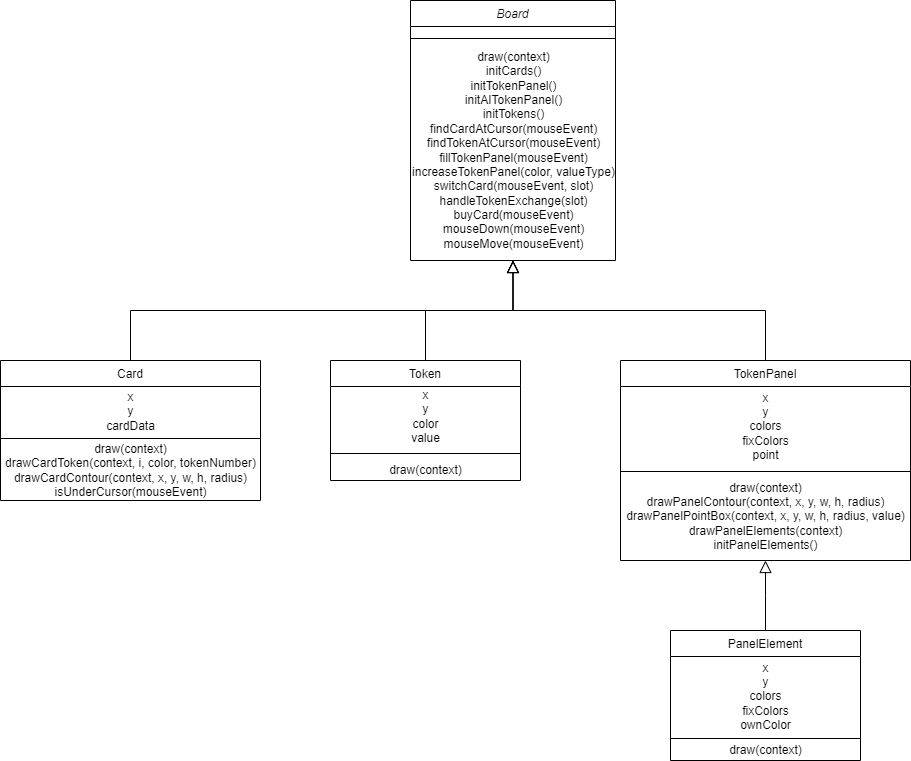
The draw.io diagram docs/Spelndor_UML.png in KollarMaTT/Szakdolgozat, before a commit. Source tidied: cells renumbered, new cells last; positions are measured from the earlier drawing's top-left corner, leaving out a move shared by most shapes.
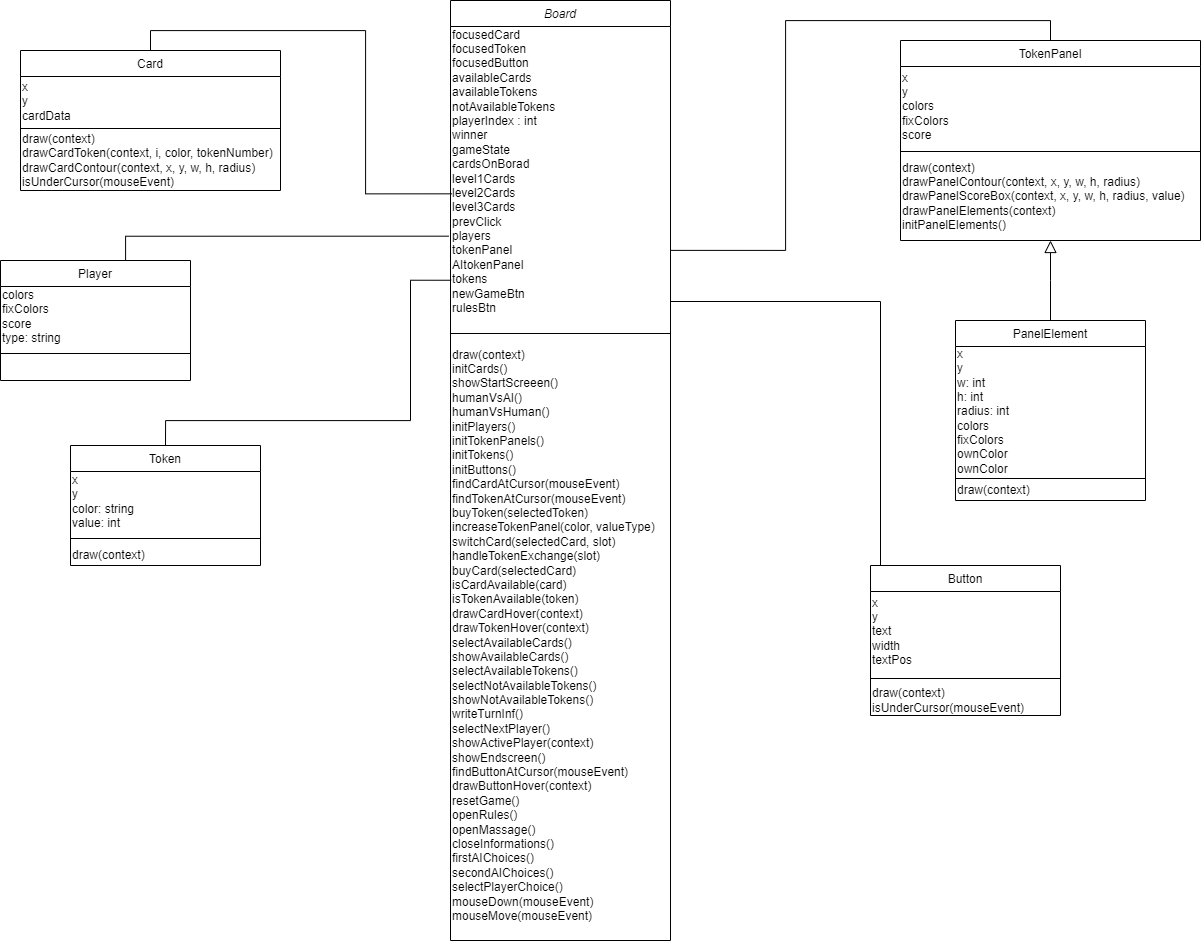
The same diagram one commit later.

Diff of the diagram source:
```diff
@@ -3,73 +3,120 @@
     <mxCell id="0" />
     <mxCell id="1" parent="0" />
     <mxCell id="2" value="Board" style="swimlane;fontStyle=2;align=center;verticalAlign=top;horizontal=1;startSize=26;rounded=0;shadow=0;strokeWidth=1;" parent="1" vertex="1">
-      <mxGeometry x="410" width="205" height="260" as="geometry" />
+      <mxGeometry x="960" y="140" width="220" height="940" as="geometry" />
     </mxCell>
+    <mxCell id="25" value="&lt;span style=&quot;background-color: rgb(255 , 255 , 255)&quot;&gt;focusedCard&lt;/span&gt;&lt;br&gt;&lt;span style=&quot;background-color: rgb(255 , 255 , 255)&quot;&gt;focusedToken&lt;br&gt;&lt;/span&gt;focusedButton&lt;br&gt;&lt;span style=&quot;background-color: rgb(255 , 255 , 255)&quot;&gt;availableCards&lt;/span&gt;&lt;br&gt;&lt;span style=&quot;background-color: rgb(255 , 255 , 255)&quot;&gt;availableTokens&lt;/span&gt;&lt;br&gt;&lt;span style=&quot;background-color: rgb(255 , 255 , 255)&quot;&gt;notAvailableTokens&lt;/span&gt;&lt;br&gt;&lt;span style=&quot;background-color: rgb(255 , 255 , 255)&quot;&gt;playerIndex : int&lt;/span&gt;&lt;br&gt;&lt;span style=&quot;background-color: rgb(255 , 255 , 255)&quot;&gt;winner&lt;/span&gt;&lt;br&gt;&lt;div&gt;gameState&lt;/div&gt;&lt;div&gt;cardsOnBorad&lt;/div&gt;&lt;div&gt;level1Cards&lt;/div&gt;&lt;div&gt;level2Cards&lt;/div&gt;&lt;div&gt;level3Cards&lt;br&gt;&lt;/div&gt;&lt;div&gt;prevClick&lt;br&gt;&lt;/div&gt;&lt;div&gt;players&lt;br&gt;&lt;/div&gt;&lt;div&gt;tokenPanel&lt;br&gt;&lt;/div&gt;&lt;div&gt;AItokenPanel&lt;/div&gt;&lt;div&gt;tokens&lt;/div&gt;&lt;div&gt;newGameBtn&lt;/div&gt;&lt;div&gt;rulesBtn&lt;br&gt;&lt;/div&gt;" style="text;html=1;align=left;verticalAlign=middle;points=[];strokeColor=none;fillColor=none;" parent="2" vertex="1">
+      <mxGeometry y="26" width="220" height="290" as="geometry" />
+    </mxCell>
-    <mxCell id="3" style="line;html=1;strokeWidth=1;align=left;verticalAlign=middle;spacingTop=-1;spacingLeft=3;spacingRight=3;labelPosition=right;" parent="2" vertex="1">
-      <mxGeometry y="26" width="205" height="24" as="geometry" />
+    <mxCell id="3" style="line;html=1;strokeWidth=1;align=left;verticalAlign=bottom;spacingTop=-1;spacingLeft=3;spacingRight=3;labelPosition=right;horizontal=1;flipH=1;flipV=1;" parent="2" vertex="1">
+      <mxGeometry y="316" width="220" height="34" as="geometry" />
     </mxCell>
-    <mxCell id="4" value="draw(context)&lt;br&gt;initCards()&lt;br&gt;initTokenPanel()&lt;br&gt;initAITokenPanel()&lt;br&gt;initTokens()&lt;br&gt;findCardAtCursor(mouseEvent)&lt;br&gt;findTokenAtCursor(mouseEvent)&lt;br&gt;fillTokenPanel(mouseEvent)&lt;br&gt;increaseTokenPanel(color, valueType)&lt;br&gt;switchCard(mouseEvent, slot)&lt;br&gt;handleTokenExchange(slot)&lt;br&gt;buyCard(mouseEvent)&lt;br&gt;mouseDown(mouseEvent)&lt;br&gt;mouseMove(mouseEvent)" style="text;html=1;align=center;verticalAlign=middle;strokeColor=none;fillColor=none;" parent="2" vertex="1">
-      <mxGeometry y="50" width="205" height="200" as="geometry" />
+    <mxCell id="4" value="draw(context)&lt;br&gt;initCards()&lt;br&gt;showStartScreeen()&lt;br&gt;humanVsAI()&lt;br&gt;humanVsHuman()&lt;br&gt;initPlayers()&lt;br&gt;initTokenPanels()&lt;br&gt;initTokens()&lt;br&gt;initButtons()&lt;br&gt;findCardAtCursor(mouseEvent)&lt;br&gt;findTokenAtCursor(mouseEvent)&lt;br&gt;buyToken(selectedToken)&lt;br&gt;increaseTokenPanel(color, valueType)&lt;br&gt;switchCard(selectedCard, slot)&lt;br&gt;handleTokenExchange(slot)&lt;br&gt;buyCard(selectedCard)&lt;br&gt;isCardAvailable(card)&lt;br&gt;isTokenAvailable(token)&lt;br&gt;drawCardHover(context)&lt;br&gt;drawTokenHover(context)&lt;br&gt;selectAvailableCards()&lt;br&gt;showAvailableCards()&lt;br&gt;selectAvailableTokens()&lt;br&gt;selectNotAvailableTokens()&lt;br&gt;showNotAvailableTokens()&lt;br&gt;writeTurnInf()&lt;br&gt;selectNextPlayer()&lt;br&gt;showActivePlayer(context)&lt;br&gt;showEndscreen()&lt;br&gt;findButtonAtCursor(mouseEvent)&lt;br&gt;drawButtonHover(context)&lt;br&gt;resetGame()&lt;br&gt;openRules()&lt;br&gt;openMassage()&lt;br&gt;closeInformations()&lt;br&gt;firstAIChoices()&lt;br&gt;secondAIChoices()&lt;br&gt;selectPlayerChoice()&lt;br&gt;mouseDown(mouseEvent)&lt;br&gt;mouseMove(mouseEvent)" style="text;html=1;align=left;verticalAlign=middle;strokeColor=none;fillColor=none;" parent="2" vertex="1">
+      <mxGeometry y="350" width="220" height="570" as="geometry" />
     </mxCell>
+    <mxCell id="26" style="edgeStyle=orthogonalEdgeStyle;rounded=0;jettySize=auto;html=1;entryX=0.007;entryY=0.577;entryDx=0;entryDy=0;entryPerimeter=0;exitX=0.5;exitY=0;exitDx=0;exitDy=0;endArrow=none;endFill=0;" parent="1" edge="1" source="5" target="25">
+      <mxGeometry relative="1" as="geometry" />
+    </mxCell>
     <mxCell id="5" value="Card" style="swimlane;fontStyle=0;align=center;verticalAlign=top;horizontal=1;startSize=26;rounded=0;shadow=0;strokeWidth=1;" parent="1" vertex="1">
-      <mxGeometry y="360" width="260" height="140" as="geometry" />
+      <mxGeometry x="530" y="190" width="260" height="140" as="geometry" />
     </mxCell>
-    <mxCell id="6" value="x&lt;br&gt;y&lt;br&gt;cardData" style="text;html=1;align=center;verticalAlign=middle;strokeColor=none;fillColor=none;" parent="5" vertex="1">
+    <mxCell id="6" value="x&lt;br&gt;y&lt;br&gt;cardData" style="text;html=1;align=left;verticalAlign=middle;strokeColor=none;fillColor=none;" parent="5" vertex="1">
       <mxGeometry y="26" width="260" height="50" as="geometry" />
     </mxCell>
     <mxCell id="7" style="line;html=1;strokeWidth=1;align=left;verticalAlign=middle;spacingTop=-1;spacingLeft=3;spacingRight=3;labelPosition=right;" parent="5" vertex="1">
       <mxGeometry y="76" width="260" height="4" as="geometry" />
     </mxCell>
-    <mxCell id="8" value="draw(context)&lt;br&gt;drawCardToken(context, i, color, tokenNumber)&lt;br&gt;drawCardContour(context, x, y, w, h, radius)&lt;br&gt;isUnderCursor(mouseEvent)&lt;br&gt;" style="text;html=1;align=center;verticalAlign=middle;strokeColor=none;fillColor=none;" parent="5" vertex="1">
+    <mxCell id="8" value="draw(context)&lt;br&gt;drawCardToken(context, i, color, tokenNumber)&lt;br&gt;drawCardContour(context, x, y, w, h, radius)&lt;br&gt;isUnderCursor(mouseEvent)&lt;br&gt;" style="text;html=1;align=left;verticalAlign=middle;strokeColor=none;fillColor=none;" parent="5" vertex="1">
       <mxGeometry y="80" width="260" height="60" as="geometry" />
     </mxCell>
-    <mxCell id="9" style="endArrow=block;endSize=10;endFill=0;shadow=0;strokeWidth=1;rounded=0;edgeStyle=elbowEdgeStyle;elbow=vertical;" parent="1" edge="1" source="5" target="2">
-      <mxGeometry relative="1" as="geometry" />
-    </mxCell>
+    <mxCell id="27" style="edgeStyle=orthogonalEdgeStyle;rounded=0;jettySize=auto;html=1;exitX=0.5;exitY=0;exitDx=0;exitDy=0;entryX=1;entryY=0.772;entryDx=0;entryDy=0;entryPerimeter=0;endArrow=none;endFill=0;" parent="1" edge="1" source="10" target="25">
+      <mxGeometry relative="1" as="geometry" />
+    </mxCell>
     <mxCell id="10" value="TokenPanel" style="swimlane;fontStyle=0;align=center;verticalAlign=top;horizontal=1;startSize=26;rounded=0;shadow=0;strokeWidth=1;" parent="1" vertex="1">
-      <mxGeometry x="620" y="360" width="290" height="200" as="geometry" />
+      <mxGeometry x="1410" y="180" width="300" height="200" as="geometry" />
     </mxCell>
-    <mxCell id="11" value="x&lt;br&gt;y&lt;br&gt;colors&lt;br&gt;fixColors&lt;br&gt;point" style="text;html=1;align=center;verticalAlign=middle;strokeColor=none;fillColor=none;" parent="10" vertex="1">
-      <mxGeometry y="26" width="290" height="80" as="geometry" />
+    <mxCell id="11" value="x&lt;br&gt;y&lt;br&gt;colors&lt;br&gt;fixColors&lt;br&gt;score" style="text;html=1;align=left;verticalAlign=middle;strokeColor=none;fillColor=none;" parent="10" vertex="1">
+      <mxGeometry y="26" width="300" height="80" as="geometry" />
     </mxCell>
     <mxCell id="12" style="line;html=1;strokeWidth=1;align=left;verticalAlign=middle;spacingTop=-1;spacingLeft=3;spacingRight=3;labelPosition=right;" parent="10" vertex="1">
-      <mxGeometry y="106" width="290" height="10" as="geometry" />
+      <mxGeometry y="106" width="300" height="10" as="geometry" />
     </mxCell>
-    <mxCell id="13" value="draw(context)&lt;br&gt;drawPanelContour(context, x, y, w, h, radius)&lt;br&gt;drawPanelPointBox(context, x, y, w, h, radius, value)&lt;br&gt;drawPanelElements(context)&lt;br&gt;initPanelElements()" style="text;html=1;align=center;verticalAlign=middle;strokeColor=none;fillColor=none;" parent="10" vertex="1">
-      <mxGeometry y="116" width="290" height="80" as="geometry" />
+    <mxCell id="13" value="draw(context)&lt;br&gt;drawPanelContour(context, x, y, w, h, radius)&lt;br&gt;drawPanelScoreBox(context, x, y, w, h, radius, value)&lt;br&gt;drawPanelElements(context)&lt;br&gt;initPanelElements()" style="text;html=1;align=left;verticalAlign=middle;strokeColor=none;fillColor=none;" parent="10" vertex="1">
+      <mxGeometry y="116" width="300" height="80" as="geometry" />
     </mxCell>
-    <mxCell id="14" style="endArrow=block;endSize=10;endFill=0;shadow=0;strokeWidth=1;rounded=0;edgeStyle=elbowEdgeStyle;elbow=vertical;" parent="1" edge="1" source="10" target="2">
-      <mxGeometry relative="1" as="geometry" />
-    </mxCell>
+    <mxCell id="28" style="edgeStyle=orthogonalEdgeStyle;rounded=0;jettySize=auto;html=1;exitX=0.5;exitY=0;exitDx=0;exitDy=0;entryX=0.003;entryY=0.875;entryDx=0;entryDy=0;entryPerimeter=0;endArrow=none;endFill=0;" parent="1" edge="1" source="15" target="25">
+      <mxGeometry relative="1" as="geometry">
+        <Array as="points">
+          <mxPoint x="675" y="560" />
+          <mxPoint x="920" y="560" />
+          <mxPoint x="920" y="420" />
+        </Array>
+      </mxGeometry>
+    </mxCell>
     <mxCell id="15" value="Token" style="swimlane;fontStyle=0;align=center;verticalAlign=top;horizontal=1;startSize=26;rounded=0;shadow=0;strokeWidth=1;" parent="1" vertex="1">
-      <mxGeometry x="330" y="360" width="190" height="120" as="geometry" />
+      <mxGeometry x="580" y="585" width="190" height="120" as="geometry" />
     </mxCell>
-    <mxCell id="16" value="x&lt;br&gt;y&lt;br&gt;color&lt;br&gt;value" style="text;html=1;align=center;verticalAlign=middle;strokeColor=none;fillColor=none;" parent="15" vertex="1">
+    <mxCell id="16" value="x&lt;br&gt;y&lt;br&gt;color: string&lt;br&gt;value: int" style="text;html=1;align=left;verticalAlign=middle;strokeColor=none;fillColor=none;" parent="15" vertex="1">
       <mxGeometry y="26" width="190" height="60" as="geometry" />
     </mxCell>
     <mxCell id="17" style="line;html=1;strokeWidth=1;align=left;verticalAlign=middle;spacingTop=-1;spacingLeft=3;spacingRight=3;labelPosition=right;" parent="15" vertex="1">
       <mxGeometry y="86" width="190" height="14" as="geometry" />
     </mxCell>
-    <mxCell id="18" value="draw(context)" style="text;html=1;align=center;verticalAlign=middle;strokeColor=none;fillColor=none;" parent="15" vertex="1">
+    <mxCell id="18" value="draw(context)" style="text;html=1;align=left;verticalAlign=middle;strokeColor=none;fillColor=none;" parent="15" vertex="1">
       <mxGeometry y="100" width="190" height="20" as="geometry" />
     </mxCell>
-    <mxCell id="19" style="endArrow=block;endSize=10;endFill=0;shadow=0;strokeWidth=1;rounded=0;edgeStyle=elbowEdgeStyle;elbow=vertical;exitX=0.5;exitY=0;exitDx=0;exitDy=0;entryX=0.5;entryY=1;entryDx=0;entryDy=0;" parent="1" edge="1" source="15" target="2">
-      <mxGeometry relative="1" as="geometry" />
-    </mxCell>
     <mxCell id="20" value="PanelElement" style="swimlane;fontStyle=0;align=center;verticalAlign=top;horizontal=1;startSize=26;rounded=0;shadow=0;strokeWidth=1;" parent="1" vertex="1">
-      <mxGeometry x="670" y="630" width="190" height="130" as="geometry" />
+      <mxGeometry x="1465" y="460" width="190" height="180" as="geometry" />
     </mxCell>
-    <mxCell id="21" value="x&lt;br&gt;y&lt;br&gt;colors&lt;br&gt;fixColors&lt;br&gt;ownColor" style="text;html=1;align=center;verticalAlign=middle;strokeColor=none;fillColor=none;" parent="20" vertex="1">
-      <mxGeometry y="26" width="190" height="80" as="geometry" />
+    <mxCell id="21" value="x&lt;br&gt;y&lt;br&gt;w: int&lt;br&gt;h: int&lt;br&gt;radius: int&lt;br&gt;colors&lt;br&gt;fixColors&lt;br&gt;ownColor&lt;br&gt;ownColor" style="text;html=1;align=left;verticalAlign=middle;strokeColor=none;fillColor=none;" parent="20" vertex="1">
+      <mxGeometry y="26" width="190" height="130" as="geometry" />
     </mxCell>
     <mxCell id="22" style="line;html=1;strokeWidth=1;align=left;verticalAlign=middle;spacingTop=-1;spacingLeft=3;spacingRight=3;labelPosition=right;" parent="20" vertex="1">
-      <mxGeometry y="106" width="190" height="4" as="geometry" />
+      <mxGeometry y="156" width="190" height="4" as="geometry" />
     </mxCell>
-    <mxCell id="23" value="draw(context)&lt;br&gt;" style="text;html=1;align=center;verticalAlign=middle;strokeColor=none;fillColor=none;" parent="20" vertex="1">
-      <mxGeometry y="110" width="190" height="20" as="geometry" />
+    <mxCell id="23" value="draw(context)&lt;br&gt;" style="text;html=1;align=left;verticalAlign=middle;strokeColor=none;fillColor=none;" parent="20" vertex="1">
+      <mxGeometry y="160" width="190" height="20" as="geometry" />
     </mxCell>
     <mxCell id="24" style="endArrow=block;endSize=10;endFill=0;shadow=0;strokeWidth=1;rounded=0;edgeStyle=elbowEdgeStyle;elbow=vertical;entryX=0.5;entryY=1;entryDx=0;entryDy=0;exitX=0.5;exitY=0;exitDx=0;exitDy=0;" parent="1" edge="1" source="20" target="10">
       <mxGeometry relative="1" as="geometry" />
     </mxCell>
+    <mxCell id="29" style="edgeStyle=orthogonalEdgeStyle;rounded=0;jettySize=auto;html=1;exitX=0.5;exitY=0;exitDx=0;exitDy=0;entryX=-0.008;entryY=0.723;entryDx=0;entryDy=0;entryPerimeter=0;endArrow=none;endFill=0;" parent="1" edge="1" source="30" target="25">
+      <mxGeometry relative="1" as="geometry">
+        <Array as="points">
+          <mxPoint x="635" y="400" />
+          <mxPoint x="635" y="376" />
+        </Array>
+      </mxGeometry>
+    </mxCell>
+    <mxCell id="30" value="Player" style="swimlane;fontStyle=0;align=center;verticalAlign=top;horizontal=1;startSize=26;rounded=0;shadow=0;strokeWidth=1;" parent="1" vertex="1">
+      <mxGeometry x="510" y="400" width="190" height="120" as="geometry" />
+    </mxCell>
+    <mxCell id="31" value="colors&lt;br&gt;fixColors&lt;br&gt;score&lt;br&gt;type: string" style="text;html=1;align=left;verticalAlign=middle;strokeColor=none;fillColor=none;" parent="30" vertex="1">
+      <mxGeometry y="26" width="190" height="60" as="geometry" />
+    </mxCell>
+    <mxCell id="32" style="line;html=1;strokeWidth=1;align=left;verticalAlign=middle;spacingTop=-1;spacingLeft=3;spacingRight=3;labelPosition=right;" parent="30" vertex="1">
+      <mxGeometry y="86" width="190" height="14" as="geometry" />
+    </mxCell>
+    <mxCell id="33" style="edgeStyle=orthogonalEdgeStyle;rounded=0;jettySize=auto;html=1;exitX=0.5;exitY=0;exitDx=0;exitDy=0;endArrow=none;endFill=0;" parent="1" edge="1" source="34">
+      <mxGeometry relative="1" as="geometry">
+        <mxPoint x="1180" y="440" as="targetPoint" />
+        <Array as="points">
+          <mxPoint x="1390" y="705" />
+          <mxPoint x="1390" y="441" />
+        </Array>
+      </mxGeometry>
+    </mxCell>
+    <mxCell id="34" value="Button" style="swimlane;fontStyle=0;align=center;verticalAlign=top;horizontal=1;startSize=26;rounded=0;shadow=0;strokeWidth=1;" parent="1" vertex="1">
+      <mxGeometry x="1380" y="705" width="190" height="150" as="geometry" />
+    </mxCell>
+    <mxCell id="35" value="x&lt;br&gt;y&lt;br&gt;text&lt;br&gt;width&lt;br&gt;textPos" style="text;html=1;align=left;verticalAlign=middle;strokeColor=none;fillColor=none;" parent="34" vertex="1">
+      <mxGeometry y="26" width="190" height="80" as="geometry" />
+    </mxCell>
+    <mxCell id="36" style="line;html=1;strokeWidth=1;align=left;verticalAlign=middle;spacingTop=-1;spacingLeft=3;spacingRight=3;labelPosition=right;" parent="34" vertex="1">
+      <mxGeometry y="106" width="190" height="14" as="geometry" />
+    </mxCell>
+    <mxCell id="37" value="draw(context)&lt;br&gt;isUnderCursor(mouseEvent)" style="text;html=1;align=left;verticalAlign=middle;strokeColor=none;fillColor=none;" parent="34" vertex="1">
+      <mxGeometry y="120" width="190" height="30" as="geometry" />
+    </mxCell>
   </root>
 </mxGraphModel>
```
